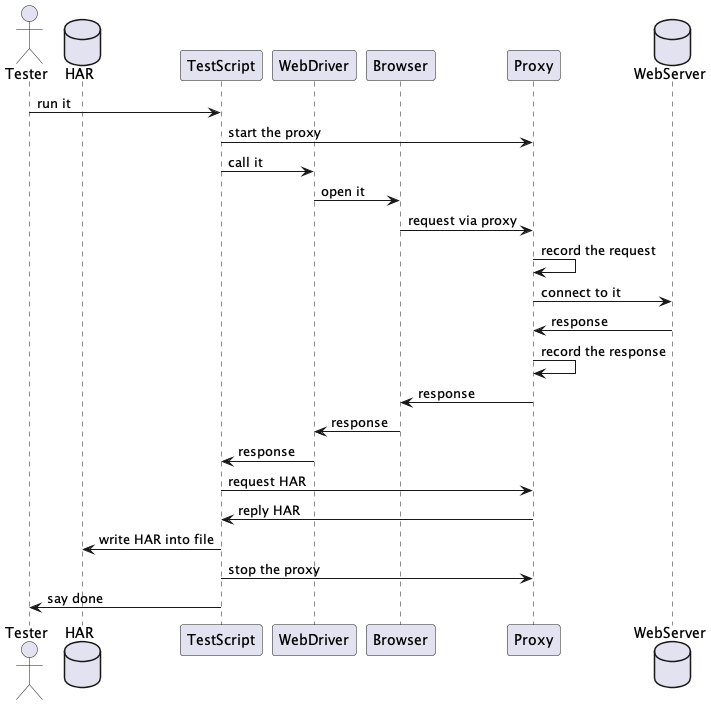
Earlier version of the PlantUML export docs/diagrams/out/sequence/sequence.png (kazurayam/BrowserMobProxyInKatalonStudio). The source it was exported from:
```plantuml
@startuml sequence
actor       Tester     as tester
database    HAR        as file
participant TestScript as script
participant WebDriver  as driver
participant Browser    as browser
participant Proxy      as proxy
database    WebServer  as server

tester   -> script     : run it
script   -> proxy      : start the proxy
script   -> driver     : call it
driver   -> browser    : open it
browser  -> proxy      : request via proxy
proxy    -> proxy      : record the request
proxy    -> server     : connect to it
server   -> proxy      : response
proxy    -> proxy      : record the response
proxy    -> browser    : response
browser  -> driver     : response
driver   -> script     : response
script   -> proxy      : request HAR
proxy    -> script     : reply HAR
script   -> file       : write HAR into file
script   -> proxy      : stop the proxy
script   -> tester     : say done
@enduml
```
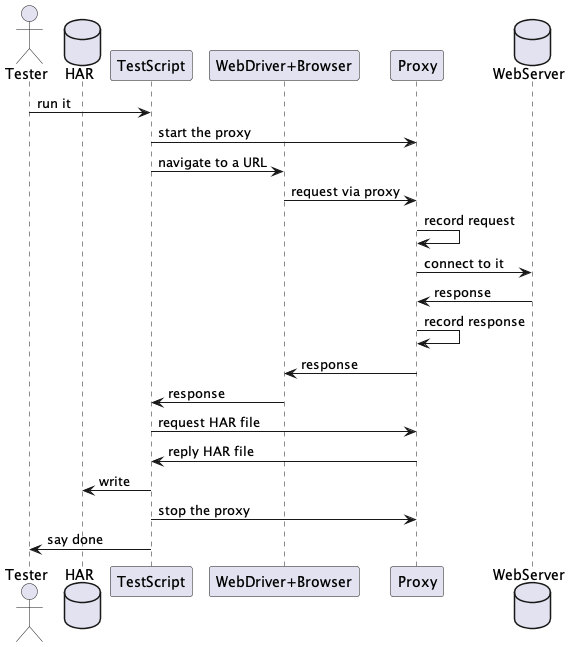
The same diagram one commit later.

Commit message:
refine the sequence diagram

The edit, as a diff of the source:
```diff
@@ -2,26 +2,23 @@
 actor       Tester     as tester
 database    HAR        as file
 participant TestScript as script
-participant WebDriver  as driver
-participant Browser    as browser
+participant "WebDriver+Browser" as browser
 participant Proxy      as proxy
 database    WebServer  as server
 
 tester   -> script     : run it
 script   -> proxy      : start the proxy
-script   -> driver     : call it
-driver   -> browser    : open it
+script   -> browser    : navigate to a URL
 browser  -> proxy      : request via proxy
-proxy    -> proxy      : record the request
+proxy    -> proxy      : record request
 proxy    -> server     : connect to it
 server   -> proxy      : response
-proxy    -> proxy      : record the response
+proxy    -> proxy      : record response
 proxy    -> browser    : response
-browser  -> driver     : response
-driver   -> script     : response
-script   -> proxy      : request HAR
-proxy    -> script     : reply HAR
-script   -> file       : write HAR into file
+browser  -> script     : response
+script   -> proxy      : request HAR file
+proxy    -> script     : reply HAR file
+script   -> file       : write
 script   -> proxy      : stop the proxy
 script   -> tester     : say done
 @enduml
```
